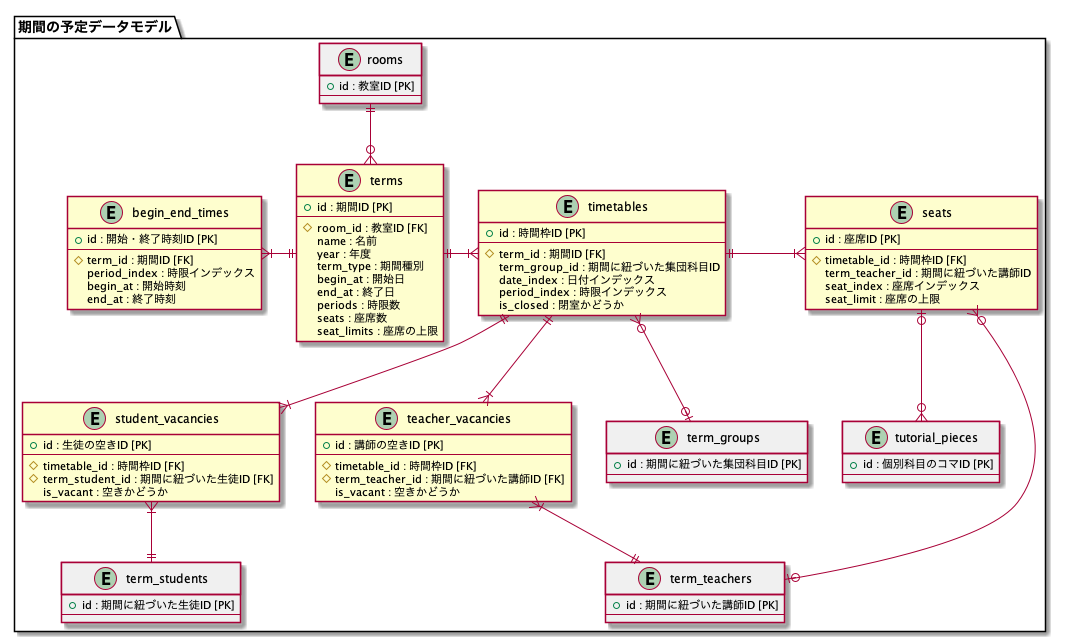
Above: application/doc/term_schedule_data_model.png in mass584/rakuraku_komagumi (PlantUML), before the change. Source of this version:
```plantuml
@startuml term_schedule_data_model

package "期間の予定データモデル" {
  entity "rooms" #F0F0F0 {
    + id : 教室ID [PK]
    --
  }

  entity "terms" {
    + id : 期間ID [PK]
    --
    # room_id : 教室ID [FK]
    name : 名前
    year : 年度
    term_type : 期間種別
    begin_at : 開始日
    end_at : 終了日
    periods : 時限数
    seats : 座席数
    seat_limits : 座席の上限
  }

  entity "term_students" #F0F0F0 {
    + id : 期間に紐づいた生徒ID [PK]
    --
  }

  entity "term_teachers" #F0F0F0 {
    + id : 期間に紐づいた講師ID [PK]
    --
  }

  entity "term_groups" #F0F0F0 {
    + id : 期間に紐づいた集団科目ID [PK]
    --
  }

  entity "tutorial_pieces" #F0F0F0 {
    + id : 個別科目のコマID [PK]
    --
  }

  entity "begin_end_times" {
    + id : 開始・終了時刻ID [PK]
    --
    # term_id : 期間ID [FK]
    period_index : 時限インデックス
    begin_at : 開始時刻
    end_at : 終了時刻
  }

  entity "timetables" {
    + id : 時間枠ID [PK]
    --
    # term_id : 期間ID [FK]
    term_group_id : 期間に紐づいた集団科目ID
    date_index : 日付インデックス
    period_index : 時限インデックス
    is_closed : 閉室かどうか
  }

  entity "seats" {
    + id : 座席ID [PK]
    --
    # timetable_id : 時間枠ID [FK]
    term_teacher_id : 期間に紐づいた講師ID
    seat_index : 座席インデックス
    seat_limit : 座席の上限
  }

  entity "student_vacancies" {
    + id : 生徒の空きID [PK]
    --
    # timetable_id : 時間枠ID [FK]
    # term_student_id : 期間に紐づいた生徒ID [FK]
    is_vacant : 空きかどうか
  }

  entity "teacher_vacancies" {
    + id : 講師の空きID [PK]
    --
    # timetable_id : 時間枠ID [FK]
    # term_teacher_id : 期間に紐づいた講師ID [FK]
    is_vacant : 空きかどうか
  }
}

rooms ||-do-o{ terms
terms ||-le-|{ begin_end_times
terms ||-ri-|{ timetables
timetables ||-ri-|{ seats
timetables ||-do-|{ student_vacancies
timetables ||-do-|{ teacher_vacancies
term_students ||-up-|{ student_vacancies
term_teachers ||-up-|{ teacher_vacancies
term_groups |o-up-o{ timetables
seats }o-do-o| term_teachers
seats |o-do-o{ tutorial_pieces
@enduml
```
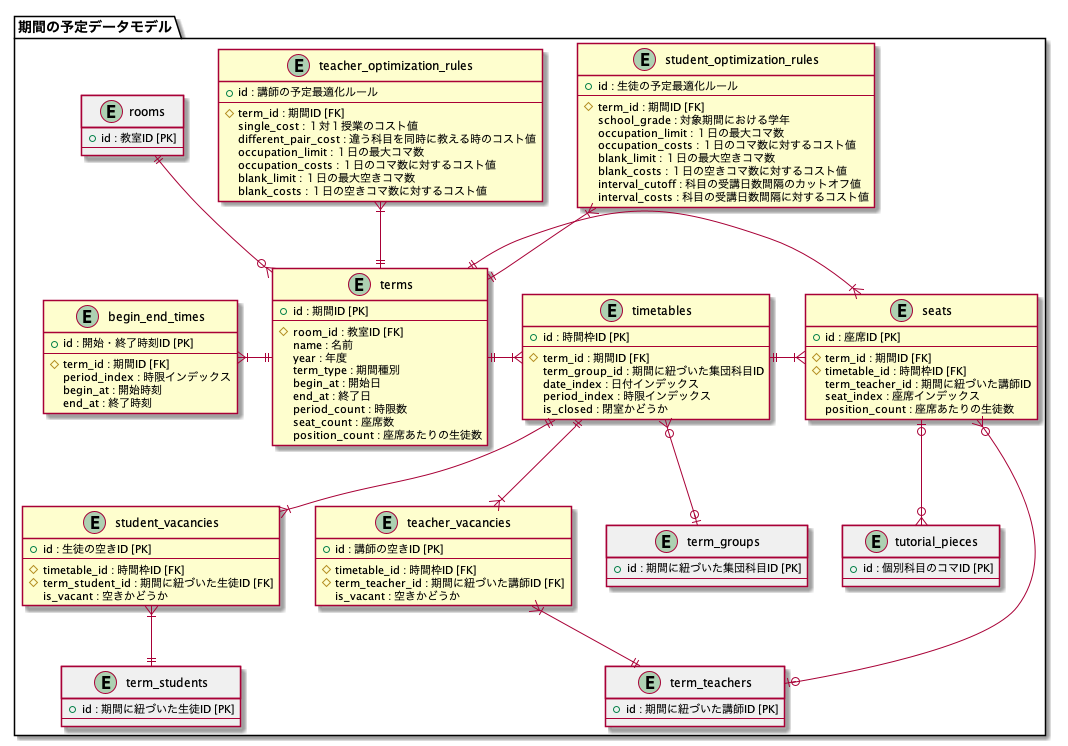
After the change.

Diff of the diagram source:
```diff
@@ -15,9 +15,34 @@
     term_type : 期間種別
     begin_at : 開始日
     end_at : 終了日
-    periods : 時限数
-    seats : 座席数
-    seat_limits : 座席の上限
+    period_count : 時限数
+    seat_count : 座席数
+    position_count : 座席あたりの生徒数
+  }
+
+  entity "student_optimization_rules" {
+    + id : 生徒の予定最適化ルール
+    --
+    # term_id : 期間ID [FK]
+    school_grade : 対象期間における学年
+    occupation_limit : １日の最大コマ数
+    occupation_costs : １日のコマ数に対するコスト値
+    blank_limit : １日の最大空きコマ数
+    blank_costs : １日の空きコマ数に対するコスト値
+    interval_cutoff : 科目の受講日数間隔のカットオフ値
+    interval_costs : 科目の受講日数間隔に対するコスト値
+  }
+
+  entity "teacher_optimization_rules" {
+    + id : 講師の予定最適化ルール
+    --
+    # term_id : 期間ID [FK]
+    single_cost : １対１授業のコスト値
+    different_pair_cost : 違う科目を同時に教える時のコスト値
+    occupation_limit : １日の最大コマ数
+    occupation_costs : １日のコマ数に対するコスト値
+    blank_limit : １日の最大空きコマ数
+    blank_costs : １日の空きコマ数に対するコスト値
   }
 
   entity "term_students" #F0F0F0 {
@@ -62,10 +87,11 @@
   entity "seats" {
     + id : 座席ID [PK]
     --
+    # term_id : 期間ID [FK]
     # timetable_id : 時間枠ID [FK]
     term_teacher_id : 期間に紐づいた講師ID
     seat_index : 座席インデックス
-    seat_limit : 座席の上限
+    position_count : 座席あたりの生徒数
   }
 
   entity "student_vacancies" {
@@ -86,8 +112,11 @@
 }
 
 rooms ||-do-o{ terms
+terms ||-up-|{ teacher_optimization_rules
+terms ||-up-|{ student_optimization_rules
 terms ||-le-|{ begin_end_times
 terms ||-ri-|{ timetables
+terms ||-ri-|{ seats
 timetables ||-ri-|{ seats
 timetables ||-do-|{ student_vacancies
 timetables ||-do-|{ teacher_vacancies
```
